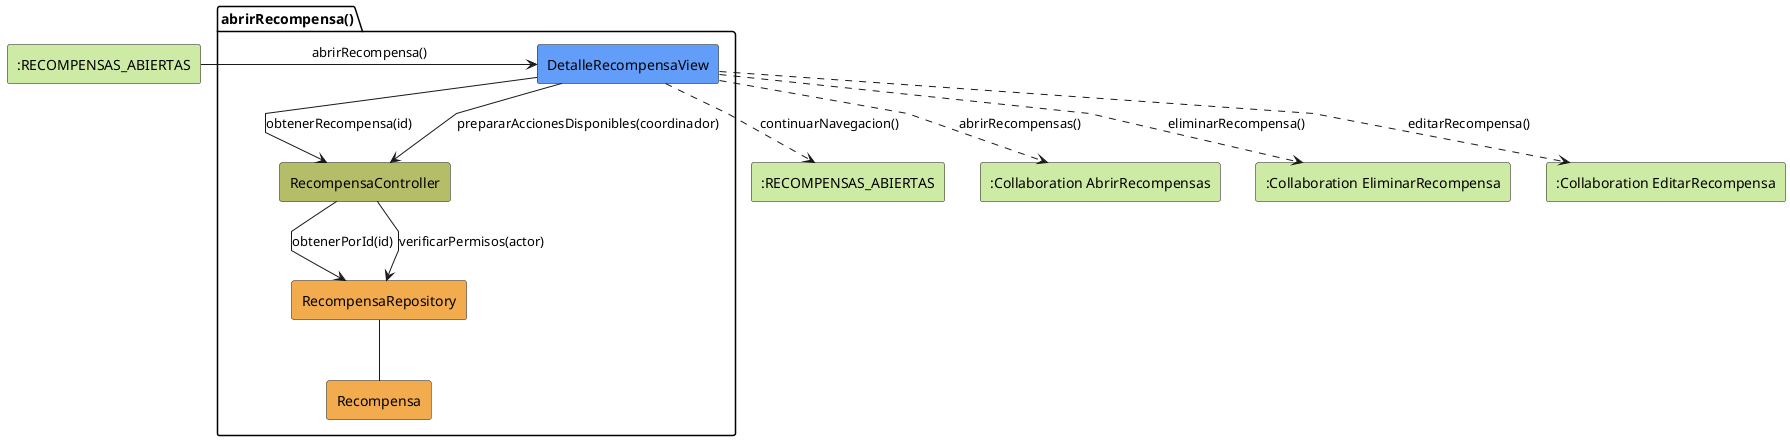
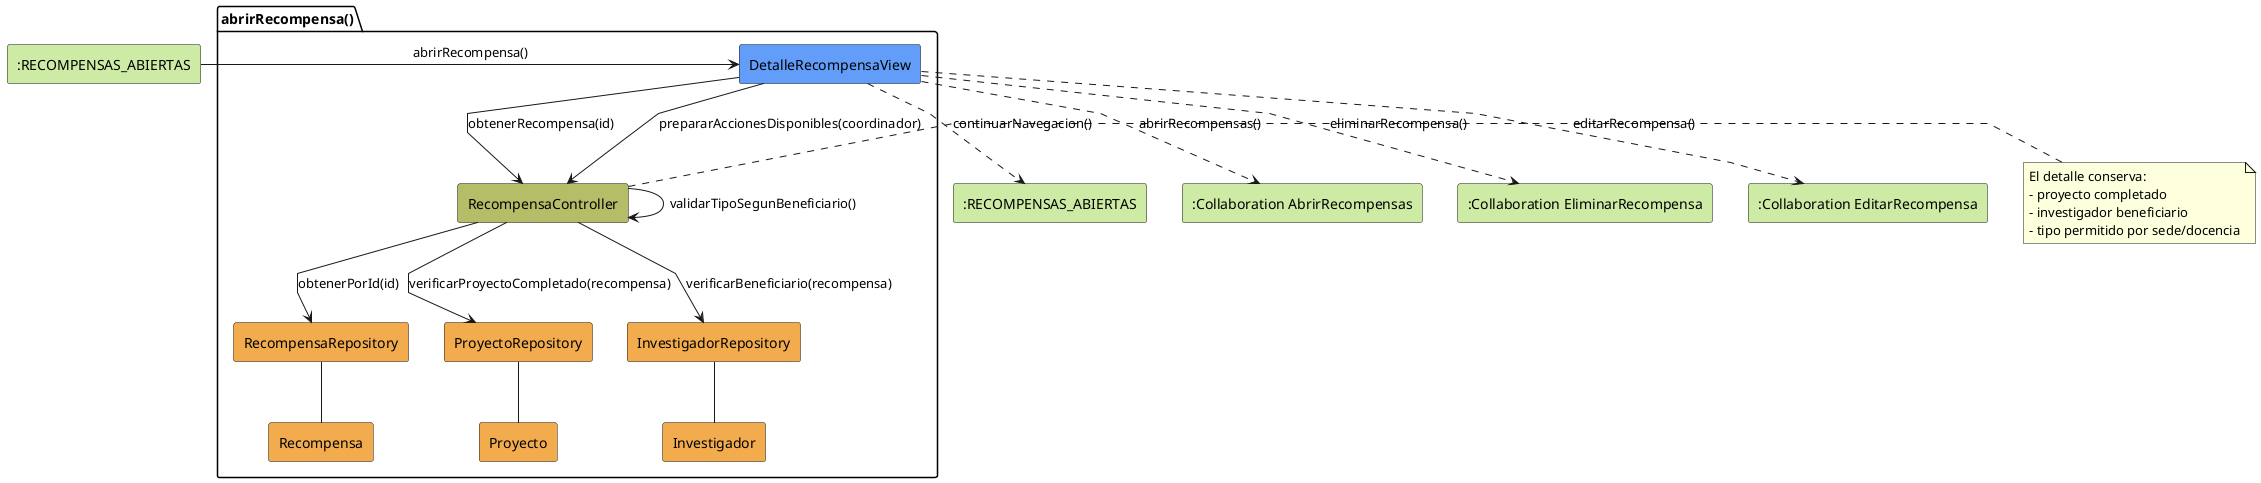
@startuml abrirRecompensa-analisis
skinparam linetype polyline

rectangle #CDEBA5 ":RECOMPENSAS_ABIERTAS" as EstadoEntrada
package abrirRecompensa as "abrirRecompensa()" {
    rectangle #629EF9 DetalleRecompensaView
    rectangle #b5bd68 RecompensaController
    rectangle #F2AC4E RecompensaRepository
+     rectangle #F2AC4E ProyectoRepository
+     rectangle #F2AC4E InvestigadorRepository
    rectangle #F2AC4E Recompensa
+     rectangle #F2AC4E Proyecto
+     rectangle #F2AC4E Investigador
}

rectangle #CDEBA5 ":RECOMPENSAS_ABIERTAS" as EstadoSalida
rectangle #CDEBA5 ":Collaboration AbrirRecompensas" as AbrirRecompensas
rectangle #CDEBA5 ":Collaboration EliminarRecompensa" as EliminarRecompensa
rectangle #CDEBA5 ":Collaboration EditarRecompensa" as EditarRecompensa

EstadoEntrada -r-> DetalleRecompensaView: abrirRecompensa()

DetalleRecompensaView -d-> RecompensaController: obtenerRecompensa(id)
DetalleRecompensaView --> RecompensaController: prepararAccionesDisponibles(coordinador)
RecompensaController --> RecompensaRepository: obtenerPorId(id)
- RecompensaController --> RecompensaRepository: verificarPermisos(actor)
+ RecompensaController --> ProyectoRepository: verificarProyectoCompletado(recompensa)
+ RecompensaController --> InvestigadorRepository: verificarBeneficiario(recompensa)
+ RecompensaController --> RecompensaController: validarTipoSegunBeneficiario()
RecompensaRepository -- Recompensa
+ ProyectoRepository -- Proyecto
+ InvestigadorRepository -- Investigador
+ note right of RecompensaController
+ El detalle conserva:
+ - proyecto completado
+ - investigador beneficiario
+ - tipo permitido por sede/docencia
+ end note
DetalleRecompensaView ..> EstadoSalida: continuarNavegacion()
DetalleRecompensaView ..> AbrirRecompensas: abrirRecompensas()
DetalleRecompensaView ..> EliminarRecompensa: eliminarRecompensa()
DetalleRecompensaView ..> EditarRecompensa: editarRecompensa()

@enduml
